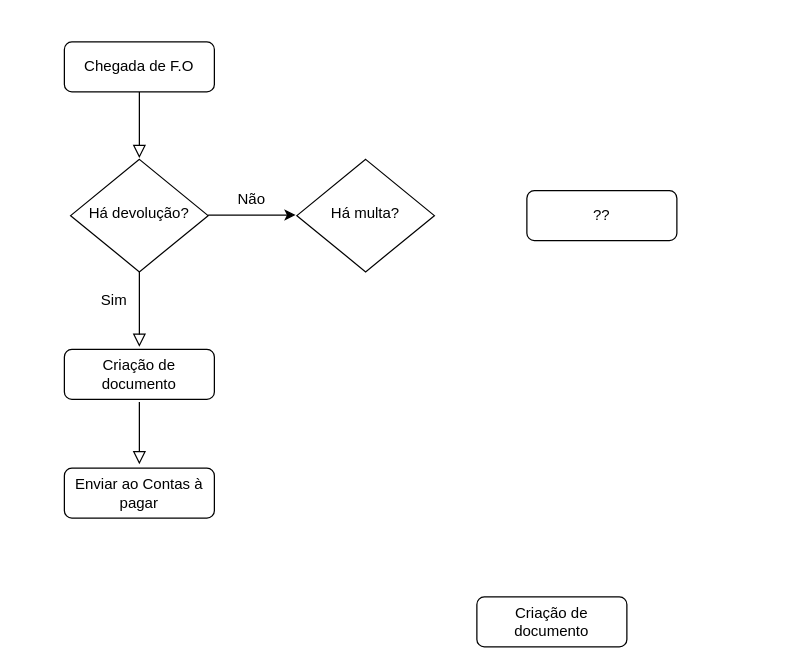
Before: portfolio/fluxo financeiro.drawio in OLuizArruda/alura, a draw.io diagram. Source tidied: cells renumbered, new cells numbered last; positions are measured from the earlier drawing's top-left corner, leaving out a move shared by most shapes. Both pictures are drawn from the tidied source at 125%, with x=0, y=0 at pixel (64, 41).
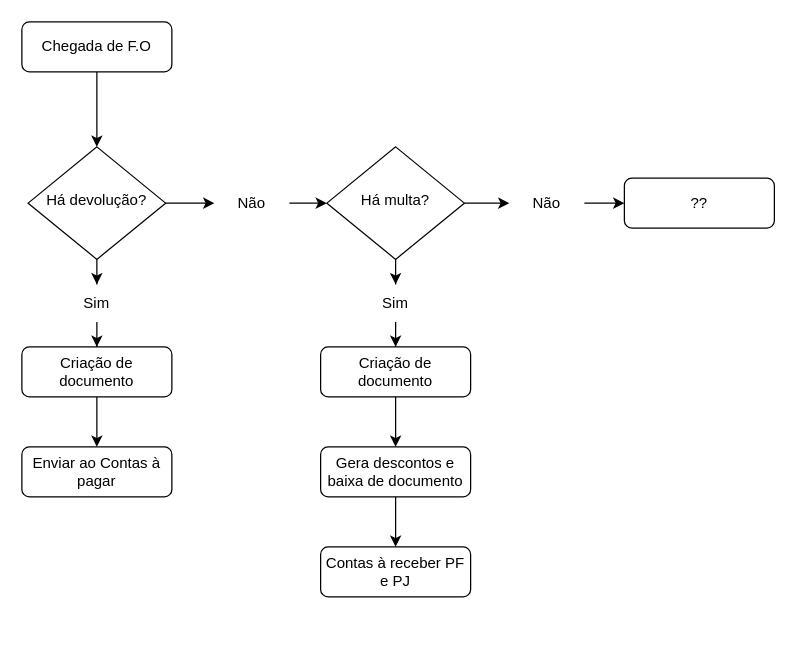
Above is the later version.

The edit, as a diff of the source:
```diff
@@
-    <mxCell id="2" style="rounded=0;html=1;jettySize=auto;orthogonalLoop=1;fontSize=11;endArrow=block;endFill=0;endSize=8;strokeWidth=1;shadow=0;labelBackgroundColor=none;edgeStyle=orthogonalEdgeStyle;" parent="1" edge="1">
-      <mxGeometry relative="1" as="geometry">
-        <mxPoint x="60" y="39" as="sourcePoint" />
-        <mxPoint x="60" y="93" as="targetPoint" />
-      </mxGeometry>
-    </mxCell>
+    <mxCell id="15" style="edgeStyle=orthogonalEdgeStyle;rounded=0;jettySize=auto;html=1;" parent="1" edge="1" source="3" target="4">
+      <mxGeometry relative="1" as="geometry" />
+    </mxCell>
     <mxCell id="3" value="Chegada de F.O" style="rounded=1;whiteSpace=wrap;html=1;fontSize=12;glass=0;strokeWidth=1;shadow=0;" parent="1" vertex="1">
-      <mxGeometry width="120" height="40" as="geometry" />
+      <mxGeometry x="-34" y="-16" width="120" height="40" as="geometry" />
     </mxCell>
+    <mxCell id="16" style="edgeStyle=orthogonalEdgeStyle;rounded=0;jettySize=auto;html=1;" parent="1" edge="1" source="4" target="10">
+      <mxGeometry relative="1" as="geometry" />
+    </mxCell>
+    <mxCell id="17" style="edgeStyle=orthogonalEdgeStyle;rounded=0;jettySize=auto;html=1;" parent="1" edge="1" source="4" target="8">
+      <mxGeometry relative="1" as="geometry" />
+    </mxCell>
     <mxCell id="4" value="Há devolução?" style="rhombus;whiteSpace=wrap;html=1;shadow=0;fontFamily=Helvetica;fontSize=12;align=center;strokeWidth=1;spacing=6;spacingTop=-4;" parent="1" vertex="1">
-      <mxGeometry x="5" y="94" width="110" height="90" as="geometry" />
+      <mxGeometry x="-29" y="84" width="110" height="90" as="geometry" />
     </mxCell>
     <mxCell id="5" value="??" style="rounded=1;whiteSpace=wrap;html=1;fontSize=12;glass=0;strokeWidth=1;shadow=0;" parent="1" vertex="1">
-      <mxGeometry x="370" y="119" width="120" height="40" as="geometry" />
+      <mxGeometry x="448" y="109" width="120" height="40" as="geometry" />
     </mxCell>
     <mxCell id="6" value="Enviar ao Contas à pagar" style="rounded=1;whiteSpace=wrap;html=1;fontSize=12;glass=0;strokeWidth=1;shadow=0;" parent="1" vertex="1">
-      <mxGeometry y="341" width="120" height="40" as="geometry" />
+      <mxGeometry x="-34" y="324" width="120" height="40" as="geometry" />
     </mxCell>
+    <mxCell id="18" style="edgeStyle=orthogonalEdgeStyle;rounded=0;jettySize=auto;html=1;" parent="1" edge="1" source="7" target="6">
+      <mxGeometry relative="1" as="geometry" />
+    </mxCell>
     <mxCell id="7" value="Criação de documento" style="rounded=1;whiteSpace=wrap;html=1;fontSize=12;glass=0;strokeWidth=1;shadow=0;" parent="1" vertex="1">
-      <mxGeometry y="246" width="120" height="40" as="geometry" />
+      <mxGeometry x="-34" y="244" width="120" height="40" as="geometry" />
     </mxCell>
+    <mxCell id="19" style="edgeStyle=orthogonalEdgeStyle;rounded=0;jettySize=auto;html=1;" parent="1" edge="1" source="8" target="7">
+      <mxGeometry relative="1" as="geometry" />
+    </mxCell>
     <mxCell id="8" value="Sim" style="text;html=1;strokeColor=none;fillColor=none;align=center;verticalAlign=middle;whiteSpace=wrap;rounded=0;" parent="1" vertex="1">
-      <mxGeometry x="10" y="192" width="60" height="30" as="geometry" />
+      <mxGeometry x="-4" y="194" width="60" height="30" as="geometry" />
     </mxCell>
-    <mxCell id="9" style="rounded=0;html=1;jettySize=auto;orthogonalLoop=1;fontSize=11;endArrow=block;endFill=0;endSize=8;strokeWidth=1;shadow=0;labelBackgroundColor=none;edgeStyle=orthogonalEdgeStyle;" parent="1" edge="1">
-      <mxGeometry x="1" y="200" relative="1" as="geometry">
-        <mxPoint x="60" y="184" as="sourcePoint" />
-        <mxPoint x="60" y="244" as="targetPoint" />
-        <Array as="points">
-          <mxPoint x="60" y="234" />
-        </Array>
-        <mxPoint y="10" as="offset" />
-      </mxGeometry>
-    </mxCell>
+    <mxCell id="20" style="edgeStyle=orthogonalEdgeStyle;rounded=0;jettySize=auto;html=1;" parent="1" edge="1" source="10" target="13">
+      <mxGeometry relative="1" as="geometry" />
+    </mxCell>
     <mxCell id="10" value="Não" style="text;html=1;strokeColor=none;fillColor=none;align=center;verticalAlign=middle;whiteSpace=wrap;rounded=0;" parent="1" vertex="1">
-      <mxGeometry x="120" y="111" width="60" height="30" as="geometry" />
+      <mxGeometry x="120" y="114" width="60" height="30" as="geometry" />
     </mxCell>
-    <mxCell id="11" style="rounded=0;html=1;jettySize=auto;orthogonalLoop=1;fontSize=11;endArrow=block;endFill=0;endSize=8;strokeWidth=1;shadow=0;labelBackgroundColor=none;edgeStyle=orthogonalEdgeStyle;" parent="1" edge="1">
-      <mxGeometry relative="1" as="geometry">
-        <mxPoint x="60" y="288" as="sourcePoint" />
-        <mxPoint x="60" y="338" as="targetPoint" />
-      </mxGeometry>
-    </mxCell>
-    <mxCell id="12" style="endArrow=classic;html=1;rounded=0;" parent="1" edge="1">
-      <mxGeometry relative="1" as="geometry">
-        <mxPoint x="115" y="138.5" as="sourcePoint" />
-        <mxPoint x="185" y="138.5" as="targetPoint" />
-      </mxGeometry>
-    </mxCell>
+    <mxCell id="21" style="edgeStyle=orthogonalEdgeStyle;rounded=0;jettySize=auto;html=1;" parent="1" edge="1" source="13" target="25">
+      <mxGeometry relative="1" as="geometry" />
+    </mxCell>
+    <mxCell id="22" style="edgeStyle=orthogonalEdgeStyle;rounded=0;jettySize=auto;html=1;" parent="1" edge="1" source="13" target="29">
+      <mxGeometry relative="1" as="geometry" />
+    </mxCell>
     <mxCell id="13" value="Há multa?" style="rhombus;whiteSpace=wrap;html=1;shadow=0;fontFamily=Helvetica;fontSize=12;align=center;strokeWidth=1;spacing=6;spacingTop=-4;" parent="1" vertex="1">
-      <mxGeometry x="186" y="94" width="110" height="90" as="geometry" />
+      <mxGeometry x="210" y="84" width="110" height="90" as="geometry" />
     </mxCell>
+    <mxCell id="23" style="edgeStyle=orthogonalEdgeStyle;rounded=0;jettySize=auto;html=1;" parent="1" edge="1" source="14" target="27">
+      <mxGeometry relative="1" as="geometry" />
+    </mxCell>
     <mxCell id="14" value="Criação de documento" style="rounded=1;whiteSpace=wrap;html=1;fontSize=12;glass=0;strokeWidth=1;shadow=0;" parent="1" vertex="1">
-      <mxGeometry x="330" y="444" width="120" height="40" as="geometry" />
+      <mxGeometry x="205" y="244" width="120" height="40" as="geometry" />
     </mxCell>
+    <mxCell id="24" style="edgeStyle=orthogonalEdgeStyle;rounded=0;jettySize=auto;html=1;" parent="1" edge="1" source="25" target="5">
+      <mxGeometry relative="1" as="geometry" />
+    </mxCell>
+    <mxCell id="25" value="Não" style="text;html=1;strokeColor=none;fillColor=none;align=center;verticalAlign=middle;whiteSpace=wrap;rounded=0;" parent="1" vertex="1">
+      <mxGeometry x="356" y="114" width="60" height="30" as="geometry" />
+    </mxCell>
+    <mxCell id="26" style="edgeStyle=orthogonalEdgeStyle;rounded=0;jettySize=auto;html=1;" parent="1" edge="1" source="27" target="30">
+      <mxGeometry relative="1" as="geometry" />
+    </mxCell>
+    <mxCell id="27" value="Gera descontos e baixa de documento" style="rounded=1;whiteSpace=wrap;html=1;fontSize=12;glass=0;strokeWidth=1;shadow=0;" parent="1" vertex="1">
+      <mxGeometry x="205" y="324" width="120" height="40" as="geometry" />
+    </mxCell>
+    <mxCell id="28" style="edgeStyle=orthogonalEdgeStyle;rounded=0;jettySize=auto;html=1;" parent="1" edge="1" source="29" target="14">
+      <mxGeometry relative="1" as="geometry" />
+    </mxCell>
+    <mxCell id="29" value="Sim" style="text;html=1;strokeColor=none;fillColor=none;align=center;verticalAlign=middle;whiteSpace=wrap;rounded=0;" parent="1" vertex="1">
+      <mxGeometry x="235" y="194" width="60" height="30" as="geometry" />
+    </mxCell>
+    <mxCell id="30" value="Contas à receber PF e PJ" style="rounded=1;whiteSpace=wrap;html=1;fontSize=12;glass=0;strokeWidth=1;shadow=0;" parent="1" vertex="1">
+      <mxGeometry x="205" y="404" width="120" height="40" as="geometry" />
+    </mxCell>
```
